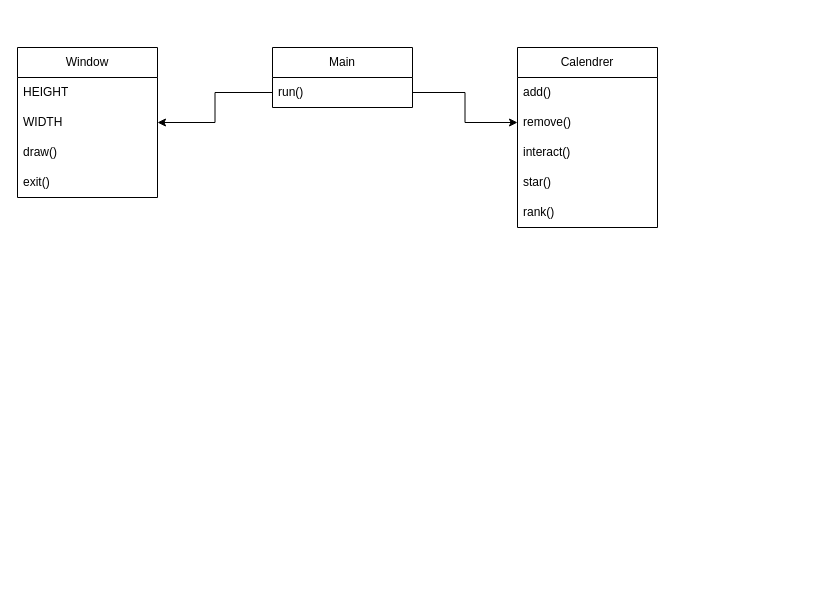
SamMullaney/OrganizationProject keeps this draw.io diagram as Java Organization Project.drawio. Above is the earlier version. Source tidied: cells renumbered, new cells numbered last; positions are measured from the earlier drawing's top-left corner, leaving out a move shared by most shapes. Both pictures are drawn from the tidied source at 100%, with x=0, y=0 at pixel (17, 47).
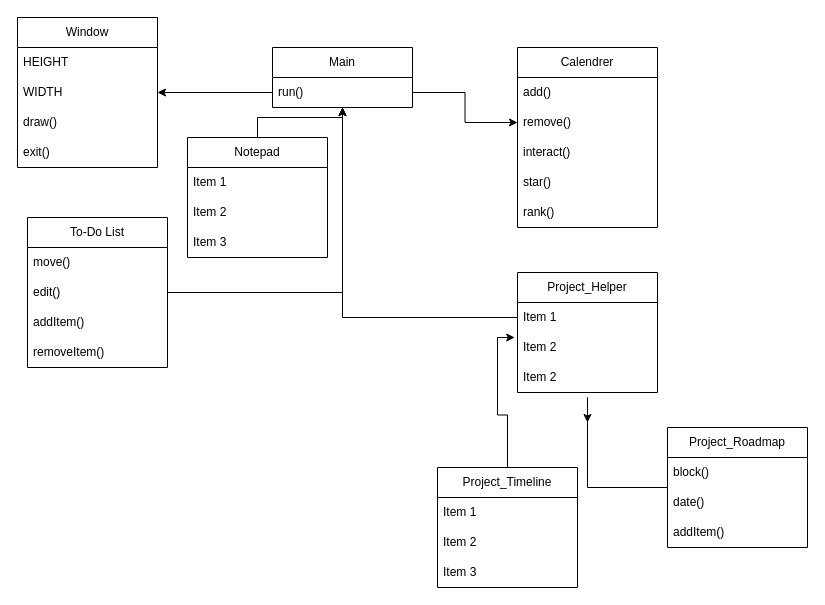
The same diagram, later.

The change refers to these unchanged cells:
```xml
<mxCell id="2" value="Main" style="swimlane;fontStyle=0;horizontal=1;startSize=30;whiteSpace=wrap;html=1;" parent="1" vertex="1">
  <mxGeometry x="255" width="140" height="60" as="geometry" />
</mxCell>
```

Change to the diagram source:
```diff
@@
     <mxCell id="11" value="Window" style="swimlane;fontStyle=0;horizontal=1;startSize=30;whiteSpace=wrap;html=1;" parent="1" vertex="1">
-      <mxGeometry width="140" height="150" as="geometry" />
+      <mxGeometry y="-30" width="140" height="150" as="geometry" />
     </mxCell>
@@
+    <mxCell id="17" style="edgeStyle=orthogonalEdgeStyle;rounded=0;jettySize=auto;html=1;" parent="1" edge="1" source="18" target="2">
+      <mxGeometry relative="1" as="geometry" />
+    </mxCell>
+    <mxCell id="18" value="To-Do List" style="swimlane;fontStyle=0;horizontal=1;startSize=30;whiteSpace=wrap;html=1;" parent="1" vertex="1">
+      <mxGeometry x="10" y="170" width="140" height="150" as="geometry" />
+    </mxCell>
+    <mxCell id="19" value="move()" style="text;strokeColor=none;fillColor=none;align=left;verticalAlign=middle;spacingLeft=4;spacingRight=4;overflow=hidden;whiteSpace=wrap;html=1;" parent="18" vertex="1">
+      <mxGeometry y="30" width="140" height="30" as="geometry" />
+    </mxCell>
+    <mxCell id="20" value="edit()" style="text;strokeColor=none;fillColor=none;align=left;verticalAlign=middle;spacingLeft=4;spacingRight=4;overflow=hidden;whiteSpace=wrap;html=1;" parent="18" vertex="1">
+      <mxGeometry y="60" width="140" height="30" as="geometry" />
+    </mxCell>
+    <mxCell id="21" value="addItem()" style="text;strokeColor=none;fillColor=none;align=left;verticalAlign=middle;spacingLeft=4;spacingRight=4;overflow=hidden;whiteSpace=wrap;html=1;" parent="18" vertex="1">
+      <mxGeometry y="90" width="140" height="30" as="geometry" />
+    </mxCell>
+    <mxCell id="22" value="removeItem()" style="text;strokeColor=none;fillColor=none;align=left;verticalAlign=middle;spacingLeft=4;spacingRight=4;overflow=hidden;whiteSpace=wrap;html=1;" parent="18" vertex="1">
+      <mxGeometry y="120" width="140" height="30" as="geometry" />
+    </mxCell>
+    <mxCell id="23" value="Project_Helper" style="swimlane;fontStyle=0;horizontal=1;startSize=30;whiteSpace=wrap;html=1;" parent="1" vertex="1">
+      <mxGeometry x="500" y="225" width="140" height="120" as="geometry" />
+    </mxCell>
+    <mxCell id="24" value="Item 1" style="text;strokeColor=none;fillColor=none;align=left;verticalAlign=middle;spacingLeft=4;spacingRight=4;overflow=hidden;points=[[0,0.5],[1,0.5]];portConstraint=eastwest;whiteSpace=wrap;html=1;" parent="23" vertex="1">
+      <mxGeometry y="30" width="140" height="30" as="geometry" />
+    </mxCell>
+    <mxCell id="25" value="Item 2" style="text;strokeColor=none;fillColor=none;align=left;verticalAlign=middle;spacingLeft=4;spacingRight=4;overflow=hidden;points=[[0,0.5],[1,0.5]];portConstraint=eastwest;whiteSpace=wrap;html=1;" parent="23" vertex="1">
+      <mxGeometry y="60" width="140" height="30" as="geometry" />
+    </mxCell>
+    <mxCell id="26" value="Item 2" style="text;strokeColor=none;fillColor=none;align=left;verticalAlign=middle;spacingLeft=4;spacingRight=4;overflow=hidden;whiteSpace=wrap;html=1;" parent="23" vertex="1">
+      <mxGeometry y="90" width="140" height="30" as="geometry" />
+    </mxCell>
+    <mxCell id="27" style="edgeStyle=orthogonalEdgeStyle;rounded=0;jettySize=auto;html=1;" parent="1" edge="1" source="24" target="2">
+      <mxGeometry relative="1" as="geometry" />
+    </mxCell>
+    <mxCell id="28" style="edgeStyle=orthogonalEdgeStyle;rounded=0;jettySize=auto;html=1;" parent="1" edge="1" source="29">
+      <mxGeometry relative="1" as="geometry">
+        <mxPoint x="570" y="375" as="targetPoint" />
+        <Array as="points">
+          <mxPoint x="570" y="350" />
+          <mxPoint x="570" y="350" />
+        </Array>
+      </mxGeometry>
+    </mxCell>
+    <mxCell id="29" value="Project_Roadmap" style="swimlane;fontStyle=0;horizontal=1;startSize=30;whiteSpace=wrap;html=1;" parent="1" vertex="1">
+      <mxGeometry x="650" y="380" width="140" height="120" as="geometry" />
+    </mxCell>
+    <mxCell id="30" value="block()" style="text;strokeColor=none;fillColor=none;align=left;verticalAlign=middle;spacingLeft=4;spacingRight=4;overflow=hidden;whiteSpace=wrap;html=1;" parent="29" vertex="1">
+      <mxGeometry y="30" width="140" height="30" as="geometry" />
+    </mxCell>
+    <mxCell id="31" value="date()" style="text;strokeColor=none;fillColor=none;align=left;verticalAlign=middle;spacingLeft=4;spacingRight=4;overflow=hidden;whiteSpace=wrap;html=1;" parent="29" vertex="1">
+      <mxGeometry y="60" width="140" height="30" as="geometry" />
+    </mxCell>
+    <mxCell id="32" value="addItem()" style="text;strokeColor=none;fillColor=none;align=left;verticalAlign=middle;spacingLeft=4;spacingRight=4;overflow=hidden;whiteSpace=wrap;html=1;" parent="29" vertex="1">
+      <mxGeometry y="90" width="140" height="30" as="geometry" />
+    </mxCell>
+    <mxCell id="33" value="Project_Timeline" style="swimlane;fontStyle=0;horizontal=1;startSize=30;whiteSpace=wrap;html=1;" parent="1" vertex="1">
+      <mxGeometry x="420" y="420" width="140" height="120" as="geometry" />
+    </mxCell>
+    <mxCell id="34" value="Item 1" style="text;strokeColor=none;fillColor=none;align=left;verticalAlign=middle;spacingLeft=4;spacingRight=4;overflow=hidden;whiteSpace=wrap;html=1;" parent="33" vertex="1">
+      <mxGeometry y="30" width="140" height="30" as="geometry" />
+    </mxCell>
+    <mxCell id="35" value="Item 2" style="text;strokeColor=none;fillColor=none;align=left;verticalAlign=middle;spacingLeft=4;spacingRight=4;overflow=hidden;whiteSpace=wrap;html=1;" parent="33" vertex="1">
+      <mxGeometry y="60" width="140" height="30" as="geometry" />
+    </mxCell>
+    <mxCell id="36" value="Item 3" style="text;strokeColor=none;fillColor=none;align=left;verticalAlign=middle;spacingLeft=4;spacingRight=4;overflow=hidden;whiteSpace=wrap;html=1;" parent="33" vertex="1">
+      <mxGeometry y="90" width="140" height="30" as="geometry" />
+    </mxCell>
+    <mxCell id="37" style="edgeStyle=orthogonalEdgeStyle;rounded=0;jettySize=auto;html=1;entryX=-0.02;entryY=0.167;entryDx=0;entryDy=0;entryPerimeter=0;" parent="1" edge="1" source="33" target="25">
+      <mxGeometry relative="1" as="geometry" />
+    </mxCell>
+    <mxCell id="38" style="edgeStyle=orthogonalEdgeStyle;rounded=0;jettySize=auto;html=1;" parent="1" edge="1" source="39" target="2">
+      <mxGeometry relative="1" as="geometry" />
+    </mxCell>
+    <mxCell id="39" value="Notepad" style="swimlane;fontStyle=0;horizontal=1;startSize=30;whiteSpace=wrap;html=1;" parent="1" vertex="1">
+      <mxGeometry x="170" y="90" width="140" height="120" as="geometry" />
+    </mxCell>
+    <mxCell id="40" value="Item 1" style="text;strokeColor=none;fillColor=none;align=left;verticalAlign=middle;spacingLeft=4;spacingRight=4;overflow=hidden;whiteSpace=wrap;html=1;" parent="39" vertex="1">
+      <mxGeometry y="30" width="140" height="30" as="geometry" />
+    </mxCell>
+    <mxCell id="41" value="Item 2" style="text;strokeColor=none;fillColor=none;align=left;verticalAlign=middle;spacingLeft=4;spacingRight=4;overflow=hidden;whiteSpace=wrap;html=1;" parent="39" vertex="1">
+      <mxGeometry y="60" width="140" height="30" as="geometry" />
+    </mxCell>
+    <mxCell id="42" value="Item 3" style="text;strokeColor=none;fillColor=none;align=left;verticalAlign=middle;spacingLeft=4;spacingRight=4;overflow=hidden;whiteSpace=wrap;html=1;" parent="39" vertex="1">
+      <mxGeometry y="90" width="140" height="30" as="geometry" />
+    </mxCell>
```
